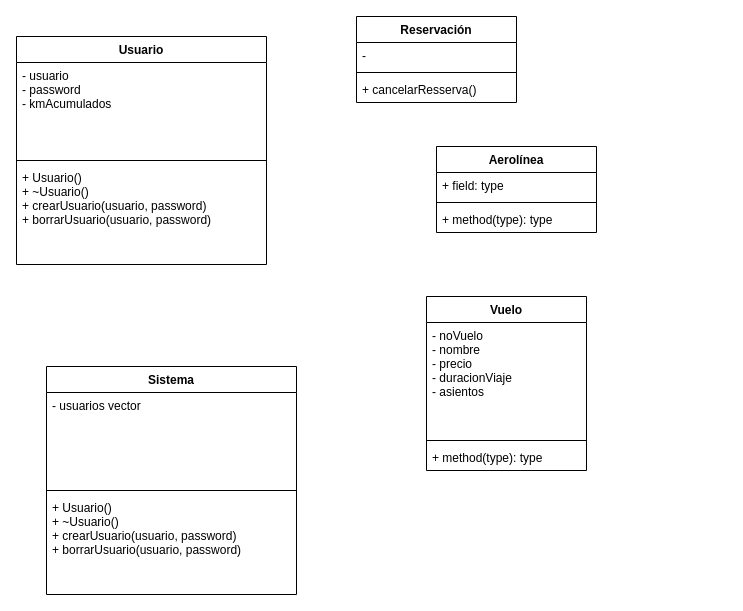
AlexaBF/OOP keeps this draw.io diagram as Proyecto/diagrama.drawio. Above is the earlier version. Source tidied: cells renumbered, new cells numbered last; positions are measured from the earlier drawing's top-left corner, leaving out a move shared by most shapes. Both pictures are drawn from the tidied source at 100%, with x=0, y=0 at pixel (16, 16).
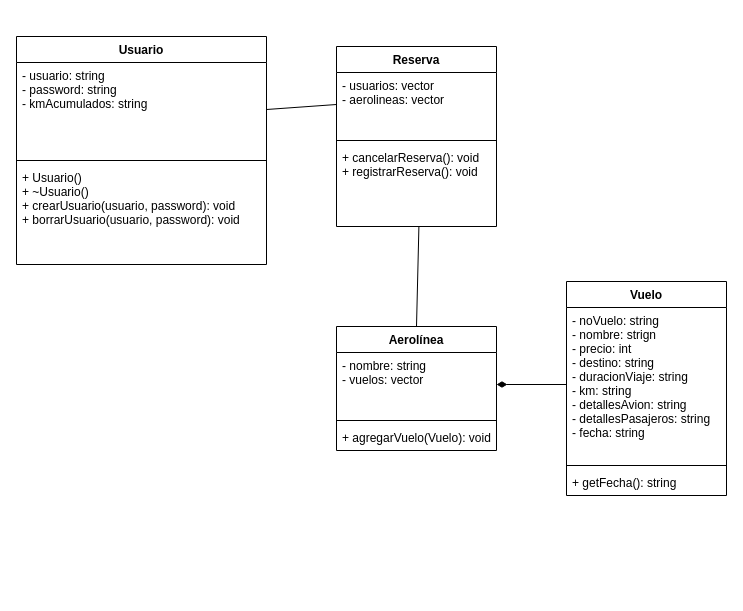
After the change.

Unchanged cells that the change refers to:
```xml
<mxCell id="2" value="Usuario" style="swimlane;fontStyle=1;align=center;verticalAlign=top;horizontal=1;startSize=26;" parent="1" vertex="1">
  <mxGeometry y="20" width="250" height="228" as="geometry" />
</mxCell>
```

The edit, as a diff of the source:
```diff
@@
-    <mxCell id="3" value="- usuario&#10;- password&#10;- kmAcumulados" style="text;strokeColor=none;fillColor=none;align=left;verticalAlign=top;spacingLeft=4;spacingRight=4;overflow=hidden;points=[[0,0.5],[1,0.5]];portConstraint=eastwest;" parent="2" vertex="1">
+    <mxCell id="3" value="- usuario: string&#10;- password: string&#10;- kmAcumulados: string" style="text;strokeColor=none;fillColor=none;align=left;verticalAlign=top;spacingLeft=4;spacingRight=4;overflow=hidden;points=[[0,0.5],[1,0.5]];portConstraint=eastwest;" parent="2" vertex="1">
       <mxGeometry y="26" width="250" height="94" as="geometry" />
     </mxCell>
@@
-    <mxCell id="5" value="+ Usuario()&#10;+ ~Usuario()&#10;+ crearUsuario(usuario, password)&#10;+ borrarUsuario(usuario, password)" style="text;strokeColor=none;fillColor=none;align=left;verticalAlign=top;spacingLeft=4;spacingRight=4;overflow=hidden;" parent="2" vertex="1">
+    <mxCell id="5" value="+ Usuario()&#10;+ ~Usuario()&#10;+ crearUsuario(usuario, password): void&#10;+ borrarUsuario(usuario, password): void" style="text;strokeColor=none;fillColor=none;align=left;verticalAlign=top;spacingLeft=4;spacingRight=4;overflow=hidden;" parent="2" vertex="1">
       <mxGeometry y="128" width="250" height="100" as="geometry" />
     </mxCell>
     <mxCell id="6" value="Aerolínea" style="swimlane;fontStyle=1;align=center;verticalAlign=top;horizontal=1;startSize=26;" parent="1" vertex="1">
-      <mxGeometry x="420" y="130" width="160" height="86" as="geometry" />
+      <mxGeometry x="320" y="310" width="160" height="124" as="geometry" />
     </mxCell>
-    <mxCell id="7" value="+ field: type" style="text;strokeColor=none;fillColor=none;align=left;verticalAlign=top;spacingLeft=4;spacingRight=4;overflow=hidden;points=[[0,0.5],[1,0.5]];portConstraint=eastwest;" parent="6" vertex="1">
-      <mxGeometry y="26" width="160" height="26" as="geometry" />
+    <mxCell id="7" value="- nombre: string&#10;- vuelos: vector" style="text;strokeColor=none;fillColor=none;align=left;verticalAlign=top;spacingLeft=4;spacingRight=4;overflow=hidden;points=[[0,0.5],[1,0.5]];portConstraint=eastwest;" parent="6" vertex="1">
+      <mxGeometry y="26" width="160" height="64" as="geometry" />
     </mxCell>
     <mxCell id="8" style="line;strokeWidth=1;fillColor=none;align=left;verticalAlign=middle;spacingTop=-1;spacingLeft=3;spacingRight=3;labelPosition=right;strokeColor=inherit;" parent="6" vertex="1">
-      <mxGeometry y="52" width="160" height="8" as="geometry" />
+      <mxGeometry y="90" width="160" height="8" as="geometry" />
     </mxCell>
-    <mxCell id="9" value="+ method(type): type" style="text;strokeColor=none;fillColor=none;align=left;verticalAlign=top;spacingLeft=4;spacingRight=4;overflow=hidden;" parent="6" vertex="1">
-      <mxGeometry y="60" width="160" height="26" as="geometry" />
+    <mxCell id="9" value="+ agregarVuelo(Vuelo): void" style="text;strokeColor=none;fillColor=none;align=left;verticalAlign=top;spacingLeft=4;spacingRight=4;overflow=hidden;" parent="6" vertex="1">
+      <mxGeometry y="98" width="160" height="26" as="geometry" />
     </mxCell>
     <mxCell id="10" value="Vuelo" style="swimlane;fontStyle=1;align=center;verticalAlign=top;horizontal=1;startSize=26;" parent="1" vertex="1">
-      <mxGeometry x="410" y="280" width="160" height="174" as="geometry" />
+      <mxGeometry x="550" y="265" width="160" height="214" as="geometry" />
     </mxCell>
-    <mxCell id="11" value="- noVuelo&#10;- nombre&#10;- precio&#10;- duracionViaje&#10;- asientos" style="text;strokeColor=none;fillColor=none;align=left;verticalAlign=top;spacingLeft=4;spacingRight=4;overflow=hidden;points=[[0,0.5],[1,0.5]];portConstraint=eastwest;" parent="10" vertex="1">
-      <mxGeometry y="26" width="160" height="114" as="geometry" />
+    <mxCell id="11" value="- noVuelo: string&#10;- nombre: strign&#10;- precio: int&#10;- destino: string&#10;- duracionViaje: string&#10;- km: string&#10;- detallesAvion: string&#10;- detallesPasajeros: string&#10;- fecha: string" style="text;strokeColor=none;fillColor=none;align=left;verticalAlign=top;spacingLeft=4;spacingRight=4;overflow=hidden;points=[[0,0.5],[1,0.5]];portConstraint=eastwest;" parent="10" vertex="1">
+      <mxGeometry y="26" width="160" height="154" as="geometry" />
     </mxCell>
     <mxCell id="12" style="line;strokeWidth=1;fillColor=none;align=left;verticalAlign=middle;spacingTop=-1;spacingLeft=3;spacingRight=3;labelPosition=right;strokeColor=inherit;" parent="10" vertex="1">
-      <mxGeometry y="140" width="160" height="8" as="geometry" />
+      <mxGeometry y="180" width="160" height="8" as="geometry" />
     </mxCell>
-    <mxCell id="13" value="+ method(type): type" style="text;strokeColor=none;fillColor=none;align=left;verticalAlign=top;spacingLeft=4;spacingRight=4;overflow=hidden;" parent="10" vertex="1">
-      <mxGeometry y="148" width="160" height="26" as="geometry" />
+    <mxCell id="13" value="+ getFecha(): string" style="text;strokeColor=none;fillColor=none;align=left;verticalAlign=top;spacingLeft=4;spacingRight=4;overflow=hidden;" parent="10" vertex="1">
+      <mxGeometry y="188" width="160" height="26" as="geometry" />
     </mxCell>
-    <mxCell id="14" value="Sistema" style="swimlane;fontStyle=1;align=center;verticalAlign=top;horizontal=1;startSize=26;" parent="1" vertex="1">
-      <mxGeometry x="30" y="350" width="250" height="228" as="geometry" />
-    </mxCell>
-    <mxCell id="15" value="- usuarios vector" style="text;strokeColor=none;fillColor=none;align=left;verticalAlign=top;spacingLeft=4;spacingRight=4;overflow=hidden;" parent="14" vertex="1">
-      <mxGeometry y="26" width="250" height="94" as="geometry" />
-    </mxCell>
-    <mxCell id="16" style="line;strokeWidth=1;fillColor=none;align=left;verticalAlign=middle;spacingTop=-1;spacingLeft=3;spacingRight=3;labelPosition=right;strokeColor=inherit;" parent="14" vertex="1">
-      <mxGeometry y="120" width="250" height="8" as="geometry" />
-    </mxCell>
-    <mxCell id="17" value="+ Usuario()&#10;+ ~Usuario()&#10;+ crearUsuario(usuario, password)&#10;+ borrarUsuario(usuario, password)" style="text;strokeColor=none;fillColor=none;align=left;verticalAlign=top;spacingLeft=4;spacingRight=4;overflow=hidden;" parent="14" vertex="1">
-      <mxGeometry y="128" width="250" height="100" as="geometry" />
-    </mxCell>
-    <mxCell id="18" value="Reservación" style="swimlane;fontStyle=1;align=center;verticalAlign=top;horizontal=1;startSize=26;" parent="1" vertex="1">
-      <mxGeometry x="340" width="160" height="86" as="geometry" />
-    </mxCell>
-    <mxCell id="19" value="- " style="text;strokeColor=none;fillColor=none;align=left;verticalAlign=top;spacingLeft=4;spacingRight=4;overflow=hidden;" parent="18" vertex="1">
-      <mxGeometry y="26" width="160" height="26" as="geometry" />
-    </mxCell>
-    <mxCell id="20" style="line;strokeWidth=1;fillColor=none;align=left;verticalAlign=middle;spacingTop=-1;spacingLeft=3;spacingRight=3;labelPosition=right;strokeColor=inherit;" parent="18" vertex="1">
-      <mxGeometry y="52" width="160" height="8" as="geometry" />
-    </mxCell>
-    <mxCell id="21" value="+ cancelarResserva()" style="text;strokeColor=none;fillColor=none;align=left;verticalAlign=top;spacingLeft=4;spacingRight=4;overflow=hidden;" parent="18" vertex="1">
-      <mxGeometry y="60" width="160" height="26" as="geometry" />
-    </mxCell>
+    <mxCell id="22" value="Reserva" style="swimlane;fontStyle=1;align=center;verticalAlign=top;horizontal=1;startSize=26;" parent="1" vertex="1">
+      <mxGeometry x="320" y="30" width="160" height="180" as="geometry" />
+    </mxCell>
+    <mxCell id="23" value="- usuarios: vector&#10;- aerolineas: vector" style="text;strokeColor=none;fillColor=none;align=left;verticalAlign=top;spacingLeft=4;spacingRight=4;overflow=hidden;points=[[0,0.5],[1,0.5]];portConstraint=eastwest;" parent="22" vertex="1">
+      <mxGeometry y="26" width="160" height="64" as="geometry" />
+    </mxCell>
+    <mxCell id="24" style="line;strokeWidth=1;fillColor=none;align=left;verticalAlign=middle;spacingTop=-1;spacingLeft=3;spacingRight=3;labelPosition=right;strokeColor=inherit;" parent="22" vertex="1">
+      <mxGeometry y="90" width="160" height="8" as="geometry" />
+    </mxCell>
+    <mxCell id="25" value="+ cancelarReserva(): void&#10;+ registrarReserva(): void" style="text;strokeColor=none;fillColor=none;align=left;verticalAlign=top;spacingLeft=4;spacingRight=4;overflow=hidden;points=[[0,0.5],[1,0.5]];portConstraint=eastwest;" parent="22" vertex="1">
+      <mxGeometry y="98" width="160" height="82" as="geometry" />
+    </mxCell>
+    <mxCell id="26" style="endArrow=none;startArrow=diamondThin;endFill=0;startFill=1;html=1;verticalAlign=bottom;labelBackgroundColor=none;strokeWidth=1;startSize=8;endSize=8;exitX=1;exitY=0.5;exitDx=0;exitDy=0;entryX=0;entryY=0.5;entryDx=0;entryDy=0;" parent="1" edge="1" source="7" target="11">
+      <mxGeometry relative="1" as="geometry" />
+    </mxCell>
+    <mxCell id="27" style="endArrow=none;html=1;exitX=0.5;exitY=0;exitDx=0;exitDy=0;entryX=0.515;entryY=1.004;entryDx=0;entryDy=0;entryPerimeter=0;" parent="1" edge="1" source="6" target="25">
+      <mxGeometry relative="1" as="geometry" />
+    </mxCell>
+    <mxCell id="28" style="endArrow=none;html=1;exitX=0;exitY=0.5;exitDx=0;exitDy=0;entryX=1;entryY=0.5;entryDx=0;entryDy=0;" parent="1" edge="1" source="23" target="3">
+      <mxGeometry relative="1" as="geometry" />
+    </mxCell>
```
